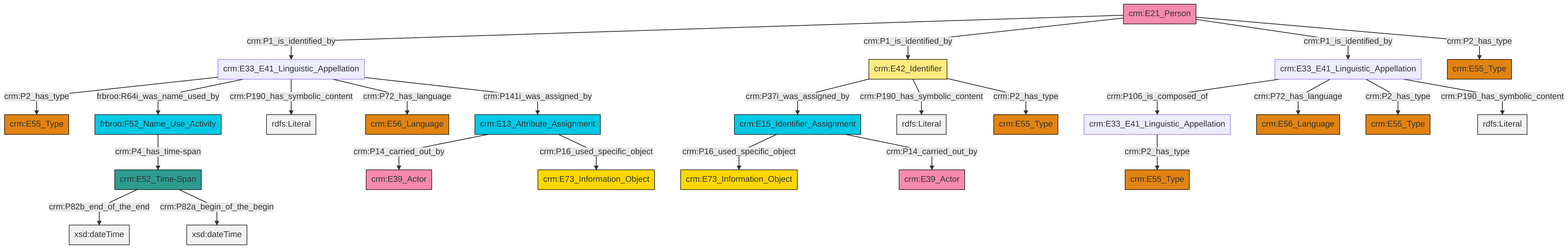
The Mermaid diagram et/personCSV/ttl/mmd/png/Person_Names_and_Classification.png in swiss-art-research-net/docs.swissartresearch, before a commit. Its source is kept beside it as et/personCSV/ttl/mmd/Person_Names_and_Classification.ttl.mmd.
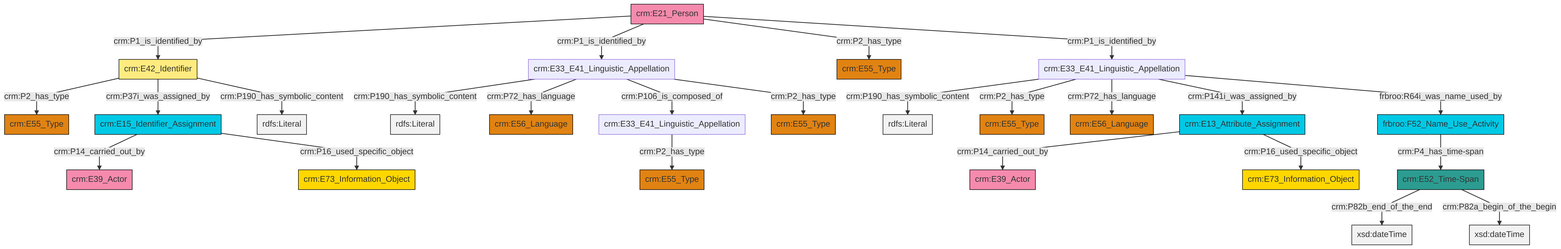
The same diagram one commit later.

The edit, as a diff of the source:
```diff
@@ -13,27 +13,27 @@
 classDef PC_Classes fill:#4ce600, stroke:#000000;
 classDef Multi fill:#cccccc,stroke:#000000;
 
-4["crm:E13_Attribute_Assignment"]:::Temporal_Entity -->|crm:P14_carried_out_by| 5["crm:E39_Actor"]:::Actor
-6["crm:E33_E41_Linguistic_Appellation"]:::Default -->|crm:P2_has_type| 7["crm:E55_Type"]:::Type
-2["crm:E33_E41_Linguistic_Appellation"]:::Default -->|crm:P106_is_composed_of| 0["crm:E33_E41_Linguistic_Appellation"]:::Default
-2["crm:E33_E41_Linguistic_Appellation"]:::Default -->|crm:P72_has_language| 8["crm:E56_Language"]:::Type
-0["crm:E33_E41_Linguistic_Appellation"]:::Default -->|crm:P2_has_type| 11["crm:E55_Type"]:::Type
-2["crm:E33_E41_Linguistic_Appellation"]:::Default -->|crm:P2_has_type| 13["crm:E55_Type"]:::Type
-20["crm:E52_Time-Span"]:::Time-Span -->|crm:P82b_end_of_the_end| 21[xsd:dateTime]:::Literal
-23["crm:E21_Person"]:::Actor -->|crm:P1_is_identified_by| 6["crm:E33_E41_Linguistic_Appellation"]:::Default
-9["crm:E42_Identifier"]:::Appellation -->|crm:P37i_was_assigned_by| 24["crm:E15_Identifier_Assignment"]:::Temporal_Entity
-6["crm:E33_E41_Linguistic_Appellation"]:::Default -->|frbroo:R64i_was_name_used_by| 27["frbroo:F52_Name_Use_Activity"]:::Temporal_Entity
-23["crm:E21_Person"]:::Actor -->|crm:P1_is_identified_by| 9["crm:E42_Identifier"]:::Appellation
-9["crm:E42_Identifier"]:::Appellation -->|crm:P190_has_symbolic_content| 28[rdfs:Literal]:::Literal
-6["crm:E33_E41_Linguistic_Appellation"]:::Default -->|crm:P190_has_symbolic_content| 29[rdfs:Literal]:::Literal
-24["crm:E15_Identifier_Assignment"]:::Temporal_Entity -->|crm:P16_used_specific_object| 30["crm:E73_Information_Object"]:::Conceptual_Object
-20["crm:E52_Time-Span"]:::Time-Span -->|crm:P82a_begin_of_the_begin| 31[xsd:dateTime]:::Literal
-6["crm:E33_E41_Linguistic_Appellation"]:::Default -->|crm:P72_has_language| 33["crm:E56_Language"]:::Type
-9["crm:E42_Identifier"]:::Appellation -->|crm:P2_has_type| 18["crm:E55_Type"]:::Type
-24["crm:E15_Identifier_Assignment"]:::Temporal_Entity -->|crm:P14_carried_out_by| 16["crm:E39_Actor"]:::Actor
-27["frbroo:F52_Name_Use_Activity"]:::Temporal_Entity -->|crm:P4_has_time-span| 20["crm:E52_Time-Span"]:::Time-Span
-23["crm:E21_Person"]:::Actor -->|crm:P1_is_identified_by| 2["crm:E33_E41_Linguistic_Appellation"]:::Default
-2["crm:E33_E41_Linguistic_Appellation"]:::Default -->|crm:P190_has_symbolic_content| 44[rdfs:Literal]:::Literal
-6["crm:E33_E41_Linguistic_Appellation"]:::Default -->|crm:P141i_was_assigned_by| 4["crm:E13_Attribute_Assignment"]:::Temporal_Entity
-4["crm:E13_Attribute_Assignment"]:::Temporal_Entity -->|crm:P16_used_specific_object| 25["crm:E73_Information_Object"]:::Conceptual_Object
-23["crm:E21_Person"]:::Actor -->|crm:P2_has_type| 38["crm:E55_Type"]:::Type
+4["crm:E21_Person"]:::Actor -->|crm:P1_is_identified_by| 5["crm:E42_Identifier"]:::Appellation
+7["crm:E33_E41_Linguistic_Appellation"]:::Default -->|crm:P190_has_symbolic_content| 8[rdfs:Literal]:::Literal
+4["crm:E21_Person"]:::Actor -->|crm:P1_is_identified_by| 9["crm:E33_E41_Linguistic_Appellation"]:::Default
+9["crm:E33_E41_Linguistic_Appellation"]:::Default -->|crm:P190_has_symbolic_content| 10[rdfs:Literal]:::Literal
+13["frbroo:F52_Name_Use_Activity"]:::Temporal_Entity -->|crm:P4_has_time-span| 2["crm:E52_Time-Span"]:::Time-Span
+7["crm:E33_E41_Linguistic_Appellation"]:::Default -->|crm:P2_has_type| 19["crm:E55_Type"]:::Type
+7["crm:E33_E41_Linguistic_Appellation"]:::Default -->|crm:P72_has_language| 22["crm:E56_Language"]:::Type
+4["crm:E21_Person"]:::Actor -->|crm:P2_has_type| 26["crm:E55_Type"]:::Type
+30["crm:E15_Identifier_Assignment"]:::Temporal_Entity -->|crm:P14_carried_out_by| 27["crm:E39_Actor"]:::Actor
+5["crm:E42_Identifier"]:::Appellation -->|crm:P2_has_type| 33["crm:E55_Type"]:::Type
+2["crm:E52_Time-Span"]:::Time-Span -->|crm:P82b_end_of_the_end| 35[xsd:dateTime]:::Literal
+7["crm:E33_E41_Linguistic_Appellation"]:::Default -->|crm:P141i_was_assigned_by| 37["crm:E13_Attribute_Assignment"]:::Temporal_Entity
+5["crm:E42_Identifier"]:::Appellation -->|crm:P37i_was_assigned_by| 30["crm:E15_Identifier_Assignment"]:::Temporal_Entity
+30["crm:E15_Identifier_Assignment"]:::Temporal_Entity -->|crm:P16_used_specific_object| 20["crm:E73_Information_Object"]:::Conceptual_Object
+37["crm:E13_Attribute_Assignment"]:::Temporal_Entity -->|crm:P14_carried_out_by| 31["crm:E39_Actor"]:::Actor
+5["crm:E42_Identifier"]:::Appellation -->|crm:P190_has_symbolic_content| 41[rdfs:Literal]:::Literal
+9["crm:E33_E41_Linguistic_Appellation"]:::Default -->|crm:P72_has_language| 23["crm:E56_Language"]:::Type
+7["crm:E33_E41_Linguistic_Appellation"]:::Default -->|frbroo:R64i_was_name_used_by| 13["frbroo:F52_Name_Use_Activity"]:::Temporal_Entity
+37["crm:E13_Attribute_Assignment"]:::Temporal_Entity -->|crm:P16_used_specific_object| 0["crm:E73_Information_Object"]:::Conceptual_Object
+9["crm:E33_E41_Linguistic_Appellation"]:::Default -->|crm:P106_is_composed_of| 11["crm:E33_E41_Linguistic_Appellation"]:::Default
+9["crm:E33_E41_Linguistic_Appellation"]:::Default -->|crm:P2_has_type| 15["crm:E55_Type"]:::Type
+2["crm:E52_Time-Span"]:::Time-Span -->|crm:P82a_begin_of_the_begin| 46[xsd:dateTime]:::Literal
+11["crm:E33_E41_Linguistic_Appellation"]:::Default -->|crm:P2_has_type| 43["crm:E55_Type"]:::Type
+4["crm:E21_Person"]:::Actor -->|crm:P1_is_identified_by| 7["crm:E33_E41_Linguistic_Appellation"]:::Default
```
